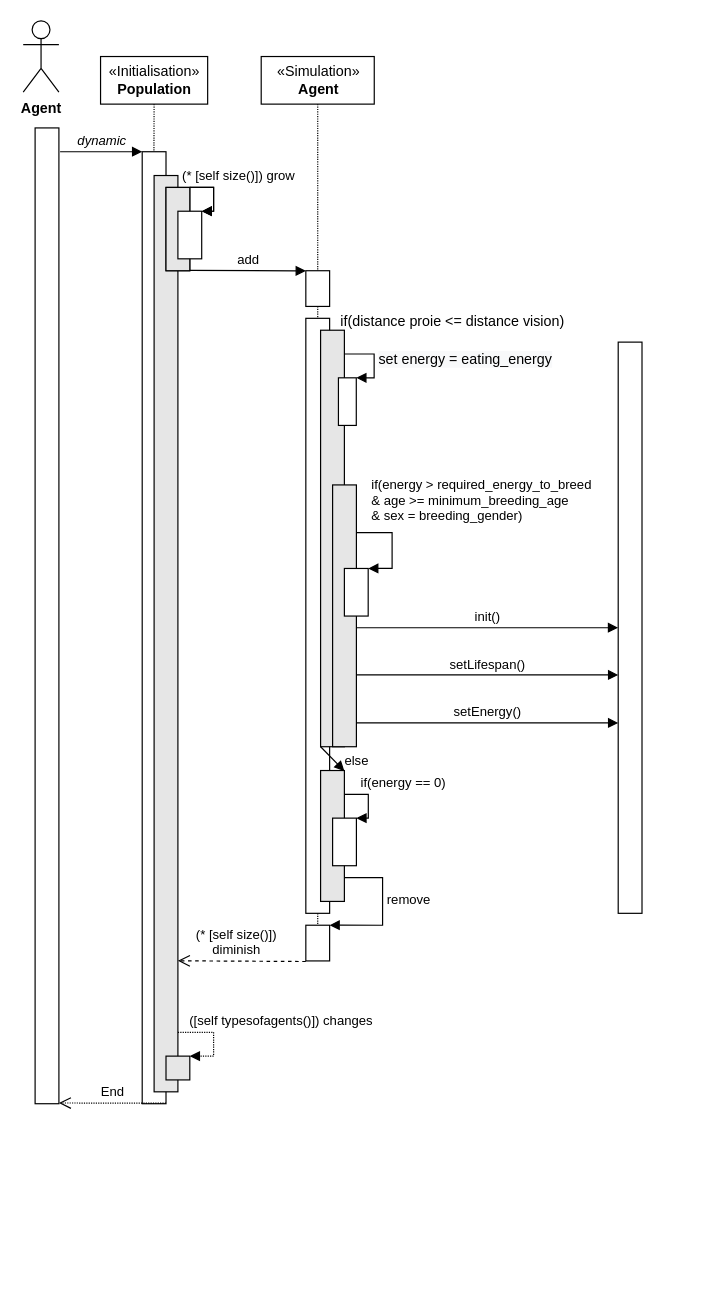
Above: page "Diagramme de séquence" (3 of 3) of class_diagram.drawio in pierre-manchon/MAS_Vultures_population_modelisation (draw.io), before the change. Source tidied: cells renumbered, new cells numbered last; positions are measured from the earlier drawing's top-left corner, leaving out a move shared by most shapes. Both pictures are drawn from the tidied source at 119%, with x=0, y=0 at pixel (23, 20).
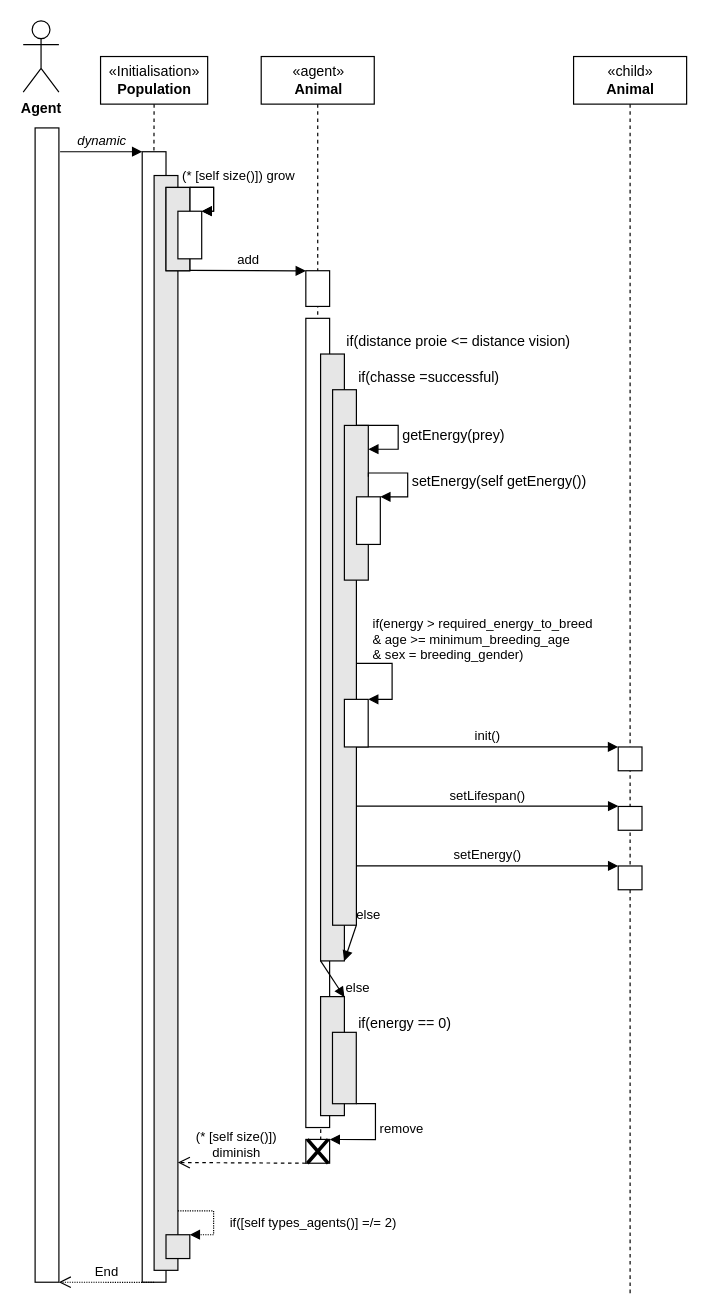
After the change.

Unchanged cells that the change refers to:
```xml
<mxCell id="6" value="«Initialisation»&lt;br&gt;&lt;b&gt;Population&lt;/b&gt;" style="html=1;" parent="1" vertex="1">
  <mxGeometry x="65" y="30" width="90" height="40" as="geometry" />
</mxCell>
```

Change to the diagram source:
```diff
@@
     <mxCell id="2" style="html=1;points=[];perimeter=orthogonalPerimeter;" parent="1" vertex="1">
-      <mxGeometry x="10" y="90" width="20" height="820" as="geometry" />
+      <mxGeometry x="10" y="90" width="20" height="970" as="geometry" />
     </mxCell>
@@
     <mxCell id="4" style="html=1;points=[];perimeter=orthogonalPerimeter;" parent="1" vertex="1">
-      <mxGeometry x="100" y="110" width="20" height="800" as="geometry" />
+      <mxGeometry x="100" y="110" width="20" height="950" as="geometry" />
     </mxCell>
-    <mxCell id="5" style="edgeStyle=orthogonalEdgeStyle;rounded=0;jettySize=auto;html=1;exitX=0.5;exitY=1;exitDx=0;exitDy=0;entryX=0.493;entryY=-0.001;entryDx=0;entryDy=0;entryPerimeter=0;endArrow=none;endFill=0;dashed=1;dashPattern=1 1;" parent="1" edge="1" source="6" target="4">
+    <mxCell id="5" style="edgeStyle=orthogonalEdgeStyle;rounded=0;jettySize=auto;html=1;exitX=0.5;exitY=1;exitDx=0;exitDy=0;entryX=0.493;entryY=-0.001;entryDx=0;entryDy=0;entryPerimeter=0;endArrow=none;endFill=0;dashed=1;" parent="1" edge="1" source="6" target="4">
       <mxGeometry relative="1" as="geometry" />
     </mxCell>
@@
     <mxCell id="8" style="html=1;perimeter=orthogonalPerimeter;fillColor=#E6E6E6;" parent="1" vertex="1">
-      <mxGeometry x="110" y="130" width="20" height="770" as="geometry" />
+      <mxGeometry x="110" y="130" width="20" height="920" as="geometry" />
     </mxCell>
-    <mxCell id="9" style="edgeStyle=orthogonalEdgeStyle;rounded=0;jettySize=auto;html=1;exitX=0.5;exitY=1;exitDx=0;exitDy=0;endArrow=none;endFill=0;dashed=1;dashPattern=1 1;entryX=0.5;entryY=0;entryDx=0;entryDy=0;entryPerimeter=0;" parent="1" edge="1" source="10" target="16">
-      <mxGeometry relative="1" as="geometry" />
+    <mxCell id="9" style="edgeStyle=orthogonalEdgeStyle;rounded=0;jettySize=auto;html=1;exitX=0.5;exitY=1;exitDx=0;exitDy=0;endArrow=none;endFill=0;dashed=1;entryX=0.5;entryY=0;entryDx=0;entryDy=0;entryPerimeter=0;" parent="1" edge="1" source="10" target="16">
+      <mxGeometry relative="1" as="geometry">
+        <Array as="points">
+          <mxPoint x="248" y="505" />
+          <mxPoint x="250" y="505" />
+          <mxPoint x="250" y="940" />
+        </Array>
+      </mxGeometry>
     </mxCell>
-    <mxCell id="10" value="«Simulation»&lt;br&gt;&lt;b&gt;Agent&lt;/b&gt;" style="html=1;" parent="1" vertex="1">
+    <mxCell id="10" value="«agent»&lt;br&gt;&lt;b&gt;Animal&lt;/b&gt;" style="html=1;" parent="1" vertex="1">
       <mxGeometry x="200" y="30" width="95" height="40" as="geometry" />
     </mxCell>
     <mxCell id="11" style="html=1;points=[];perimeter=orthogonalPerimeter;fillColor=#E6E6E6;" parent="1" vertex="1">
-      <mxGeometry x="120" y="870" width="20" height="20" as="geometry" />
+      <mxGeometry x="120" y="1020.1" width="20" height="20" as="geometry" />
     </mxCell>
-    <mxCell id="12" value="([self typesofagents()]) changes" style="edgeStyle=orthogonalEdgeStyle;html=1;align=left;spacingLeft=2;endArrow=block;rounded=0;entryX=1;entryY=0;dashed=1;dashPattern=1 1;" parent="1" edge="1" target="11">
-      <mxGeometry x="-0.82" y="10" relative="1" as="geometry">
-        <mxPoint x="130" y="850" as="sourcePoint" />
+    <mxCell id="12" value="if([self types_agents()] =/= 2)" style="edgeStyle=orthogonalEdgeStyle;html=1;align=left;spacingLeft=2;endArrow=block;rounded=0;entryX=1;entryY=0;dashed=1;dashPattern=1 1;labelBackgroundColor=none;" parent="1" edge="1" target="11">
+      <mxGeometry x="0.14" y="10" relative="1" as="geometry">
+        <mxPoint x="130" y="1000.1" as="sourcePoint" />
         <Array as="points">
-          <mxPoint x="160" y="850" />
-          <mxPoint x="160" y="870" />
+          <mxPoint x="160" y="1000.1" />
+          <mxPoint x="160" y="1020.1" />
         </Array>
       </mxGeometry>
     </mxCell>
@@
-    <mxCell id="14" value="End" style="html=1;verticalAlign=bottom;endArrow=open;dashed=1;endSize=8;dashPattern=1 1;entryX=1;entryY=0.999;entryDx=0;entryDy=0;entryPerimeter=0;" parent="1" edge="1">
+    <mxCell id="14" value="End" style="html=1;verticalAlign=bottom;endArrow=open;dashed=1;endSize=8;dashPattern=1 1;entryX=0.997;entryY=1;entryDx=0;entryDy=0;entryPerimeter=0;" parent="1" edge="1" target="2">
       <mxGeometry relative="1" as="geometry">
-        <mxPoint x="120" y="909.5" as="sourcePoint" />
-        <mxPoint x="30" y="909.4" as="targetPoint" />
+        <mxPoint x="110" y="1060.1" as="sourcePoint" />
       </mxGeometry>
     </mxCell>
     <mxCell id="15" style="html=1;perimeter=orthogonalPerimeter;fillColor=#FFFFFF;" parent="1" vertex="1">
-      <mxGeometry x="237.5" y="250" width="20" height="500" as="geometry" />
+      <mxGeometry x="237.5" y="250" width="20" height="680" as="geometry" />
     </mxCell>
     <mxCell id="16" style="html=1;points=[];perimeter=orthogonalPerimeter;fillColor=#FFFFFF;" parent="1" vertex="1">
-      <mxGeometry x="237.5" y="760" width="20" height="30" as="geometry" />
+      <mxGeometry x="237.5" y="940" width="20" height="20" as="geometry" />
     </mxCell>
@@
-    <mxCell id="23" value="if(energy == 0)" style="edgeStyle=orthogonalEdgeStyle;html=1;align=left;spacingLeft=2;endArrow=block;rounded=0;entryX=1;entryY=0;" parent="1" edge="1">
-      <mxGeometry x="-0.6" y="10" relative="1" as="geometry">
-        <mxPoint x="270" y="650" as="sourcePoint" />
-        <mxPoint x="280" y="670" as="targetPoint" />
-        <Array as="points">
-          <mxPoint x="290" y="650" />
-        </Array>
-      </mxGeometry>
-    </mxCell>
-    <mxCell id="24" value="&lt;span style=&quot;text-align: left&quot;&gt;(* [self size()])&lt;br&gt;diminish&lt;/span&gt;" style="html=1;verticalAlign=bottom;endArrow=open;dashed=1;endSize=8;entryX=1.002;entryY=0.759;entryDx=0;entryDy=0;entryPerimeter=0;" parent="1" edge="1">
+    <mxCell id="24" value="&lt;span style=&quot;text-align: left&quot;&gt;(* [self size()])&lt;br&gt;diminish&lt;/span&gt;" style="html=1;verticalAlign=bottom;endArrow=open;dashed=1;endSize=8;entryX=1.002;entryY=0.759;entryDx=0;entryDy=0;entryPerimeter=0;labelBackgroundColor=none;" parent="1" edge="1">
       <mxGeometry x="0.09" relative="1" as="geometry">
-        <mxPoint x="237.5" y="790.5" as="sourcePoint" />
-        <mxPoint x="130" y="789.9" as="targetPoint" />
+        <mxPoint x="237.5" y="960" as="sourcePoint" />
+        <mxPoint x="130" y="959.4" as="targetPoint" />
       </mxGeometry>
     </mxCell>
-    <mxCell id="25" value="remove" style="edgeStyle=orthogonalEdgeStyle;html=1;align=left;spacingLeft=2;endArrow=block;rounded=0;entryX=0.997;entryY=-0.001;entryDx=0;entryDy=0;entryPerimeter=0;exitX=1;exitY=1;exitDx=0;exitDy=0;exitPerimeter=0;" parent="1" edge="1" target="16">
-      <mxGeometry x="-0.13" relative="1" as="geometry">
-        <mxPoint x="270" y="720" as="sourcePoint" />
+    <mxCell id="25" value="remove" style="edgeStyle=orthogonalEdgeStyle;html=1;align=left;spacingLeft=2;endArrow=block;rounded=0;exitX=0.997;exitY=0.998;exitDx=0;exitDy=0;exitPerimeter=0;entryX=1.005;entryY=0.003;entryDx=0;entryDy=0;entryPerimeter=0;labelBackgroundColor=none;" parent="1" edge="1" source="34" target="16">
+      <mxGeometry x="-0.12" relative="1" as="geometry">
         <Array as="points">
-          <mxPoint x="302" y="720" />
-          <mxPoint x="302" y="760" />
+          <mxPoint x="296" y="910" />
+          <mxPoint x="296" y="940" />
         </Array>
       </mxGeometry>
     </mxCell>
-    <mxCell id="26" value="if(energy &amp;gt; required_energy_to_breed&lt;br&gt;&amp;amp; age &amp;gt;= minimum_breeding_age&lt;br&gt;&amp;amp; sex = breeding_gender)" style="edgeStyle=orthogonalEdgeStyle;html=1;align=left;spacingLeft=2;endArrow=block;rounded=0;entryX=1;entryY=0;exitX=1.001;exitY=0.182;exitDx=0;exitDy=0;exitPerimeter=0;" parent="1" edge="1" source="35">
-      <mxGeometry x="-0.78" y="27" relative="1" as="geometry">
-        <mxPoint x="289.9" y="460.2" as="targetPoint" />
+    <mxCell id="26" value="if(energy &amp;gt; required_energy_to_breed&lt;br&gt;&amp;amp; age &amp;gt;= minimum_breeding_age&lt;br&gt;&amp;amp; sex = breeding_gender)" style="edgeStyle=orthogonalEdgeStyle;html=1;align=left;spacingLeft=2;endArrow=block;rounded=0;entryX=1;entryY=0;exitX=1.001;exitY=0.182;exitDx=0;exitDy=0;exitPerimeter=0;labelBackgroundColor=none;" parent="1" edge="1">
+      <mxGeometry x="-0.27" y="20" relative="1" as="geometry">
+        <mxPoint x="279.9" y="571" as="sourcePoint" />
+        <mxPoint x="289.9" y="570.2" as="targetPoint" />
         <Array as="points">
-          <mxPoint x="310" y="430" />
-          <mxPoint x="310" y="460" />
+          <mxPoint x="310" y="540" />
+          <mxPoint x="310" y="570" />
         </Array>
       </mxGeometry>
     </mxCell>
     <mxCell id="27" style="html=1;points=[];perimeter=orthogonalPerimeter;fillColor=#E6E6E6;" parent="1" vertex="1">
-      <mxGeometry x="249.9" y="260" width="20" height="350" as="geometry" />
+      <mxGeometry x="249.9" y="280" width="20" height="510" as="geometry" />
     </mxCell>
-    <mxCell id="28" value="init()" style="html=1;verticalAlign=bottom;endArrow=block;" parent="1" edge="1">
+    <mxCell id="28" value="init()" style="html=1;verticalAlign=bottom;endArrow=block;labelBackgroundColor=none;" parent="1" edge="1">
       <mxGeometry relative="1" as="geometry">
-        <mxPoint x="279.9" y="510" as="sourcePoint" />
-        <mxPoint x="499.9" y="510" as="targetPoint" />
+        <mxPoint x="279.9" y="610.2" as="sourcePoint" />
+        <mxPoint x="499.9" y="610.2" as="targetPoint" />
       </mxGeometry>
     </mxCell>
-    <mxCell id="29" style="html=1;perimeter=orthogonalPerimeter;fillColor=#FFFFFF;" parent="1" vertex="1">
-      <mxGeometry x="500" y="270" width="20" height="480" as="geometry" />
-    </mxCell>
-    <mxCell id="30" value="setLifespan()" style="html=1;verticalAlign=bottom;endArrow=block;" parent="1" edge="1">
+    <mxCell id="30" value="setLifespan()" style="html=1;verticalAlign=bottom;endArrow=block;labelBackgroundColor=none;" parent="1" edge="1">
       <mxGeometry relative="1" as="geometry">
-        <mxPoint x="280" y="549.7" as="sourcePoint" />
-        <mxPoint x="500" y="549.7" as="targetPoint" />
+        <mxPoint x="280" y="659.9" as="sourcePoint" />
+        <mxPoint x="500" y="659.9" as="targetPoint" />
       </mxGeometry>
     </mxCell>
-    <mxCell id="31" value="setEnergy()" style="html=1;verticalAlign=bottom;endArrow=block;" parent="1" edge="1">
+    <mxCell id="31" value="setEnergy()" style="html=1;verticalAlign=bottom;endArrow=block;labelBackgroundColor=none;" parent="1" edge="1">
       <mxGeometry relative="1" as="geometry">
-        <mxPoint x="280" y="590" as="sourcePoint" />
-        <mxPoint x="500" y="590" as="targetPoint" />
+        <mxPoint x="280" y="710.2" as="sourcePoint" />
+        <mxPoint x="500" y="710.2" as="targetPoint" />
       </mxGeometry>
     </mxCell>
     <mxCell id="32" style="html=1;points=[];perimeter=orthogonalPerimeter;fillColor=#E6E6E6;" parent="1" vertex="1">
-      <mxGeometry x="249.9" y="630" width="20" height="110" as="geometry" />
+      <mxGeometry x="249.9" y="820" width="20" height="100" as="geometry" />
     </mxCell>
-    <mxCell id="33" value="else" style="html=1;verticalAlign=bottom;endArrow=block;exitX=0.002;exitY=1;exitDx=0;exitDy=0;exitPerimeter=0;entryX=1;entryY=0.004;entryDx=0;entryDy=0;entryPerimeter=0;" parent="1" edge="1" source="27" target="32">
+    <mxCell id="33" value="else" style="html=1;verticalAlign=bottom;endArrow=block;exitX=0.002;exitY=1;exitDx=0;exitDy=0;exitPerimeter=0;entryX=1;entryY=0.004;entryDx=0;entryDy=0;entryPerimeter=0;labelBackgroundColor=none;" parent="1" edge="1" target="32">
       <mxGeometry x="1" y="10" relative="1" as="geometry">
+        <mxPoint x="249.9" y="790" as="sourcePoint" />
         <mxPoint x="3" y="7" as="offset" />
       </mxGeometry>
     </mxCell>
-    <mxCell id="34" style="html=1;points=[];perimeter=orthogonalPerimeter;fillColor=#FFFFFF;" parent="1" vertex="1">
-      <mxGeometry x="260" y="670" width="20" height="40" as="geometry" />
+    <mxCell id="34" style="html=1;points=[];perimeter=orthogonalPerimeter;fillColor=#E6E6E6;" parent="1" vertex="1">
+      <mxGeometry x="259.9" y="850" width="20" height="60" as="geometry" />
     </mxCell>
     <mxCell id="35" style="html=1;points=[];perimeter=orthogonalPerimeter;fillColor=#E6E6E6;" parent="1" vertex="1">
-      <mxGeometry x="260" y="390" width="20" height="220" as="geometry" />
+      <mxGeometry x="260" y="310" width="20" height="450" as="geometry" />
     </mxCell>
     <mxCell id="36" style="html=1;perimeter=orthogonalPerimeter;fillColor=#FFFFFF;" parent="1" vertex="1">
-      <mxGeometry x="269.9" y="460.2" width="20" height="40" as="geometry" />
+      <mxGeometry x="269.9" y="570.2" width="20" height="40" as="geometry" />
     </mxCell>
     <mxCell id="37" value="if(distance proie &amp;lt;= distance vision)" style="text;html=1;strokeColor=none;fillColor=none;align=left;verticalAlign=middle;whiteSpace=wrap;rounded=0;" parent="1" vertex="1">
-      <mxGeometry x="265" y="240" width="200" height="25" as="geometry" />
+      <mxGeometry x="269.9" y="260" width="200" height="20" as="geometry" />
     </mxCell>
+    <mxCell id="39" value="&lt;span style=&quot;font-size: 12px&quot;&gt;getEnergy(prey)&lt;/span&gt;" style="edgeStyle=orthogonalEdgeStyle;html=1;align=left;spacingLeft=2;endArrow=block;rounded=0;labelBackgroundColor=none;exitX=0.995;exitY=0.064;exitDx=0;exitDy=0;exitPerimeter=0;" parent="1" edge="1" target="38">
+      <mxGeometry x="0.09" relative="1" as="geometry">
+        <mxPoint x="280.1" y="340" as="sourcePoint" />
+        <Array as="points">
+          <mxPoint x="315.1" y="340" />
+          <mxPoint x="315.1" y="360" />
+        </Array>
+      </mxGeometry>
+    </mxCell>
+    <mxCell id="40" style="edgeStyle=orthogonalEdgeStyle;rounded=0;jettySize=auto;html=1;exitX=0.5;exitY=1;exitDx=0;exitDy=0;endArrow=none;endFill=0;dashed=1;" parent="1" edge="1" source="42">
+      <mxGeometry relative="1" as="geometry">
+        <mxPoint x="510" y="1070" as="targetPoint" />
+      </mxGeometry>
+    </mxCell>
+    <mxCell id="41" value="«child»&lt;br&gt;&lt;b&gt;Animal&lt;/b&gt;" style="html=1;" parent="1" vertex="1">
+      <mxGeometry x="462.5" y="30" width="95" height="40" as="geometry" />
+    </mxCell>
+    <mxCell id="42" style="html=1;points=[];perimeter=orthogonalPerimeter;fillColor=#FFFFFF;" parent="1" vertex="1">
+      <mxGeometry x="500" y="710.2" width="20" height="20" as="geometry" />
+    </mxCell>
+    <mxCell id="43" style="edgeStyle=orthogonalEdgeStyle;rounded=0;jettySize=auto;html=1;exitX=0.5;exitY=1;exitDx=0;exitDy=0;endArrow=none;endFill=0;dashed=1;entryX=0.5;entryY=0;entryDx=0;entryDy=0;entryPerimeter=0;" parent="1" edge="1" source="41" target="42">
+      <mxGeometry relative="1" as="geometry" />
+    </mxCell>
+    <mxCell id="29" style="html=1;perimeter=orthogonalPerimeter;fillColor=#FFFFFF;" parent="1" vertex="1">
+      <mxGeometry x="500" y="610.2" width="20" height="20" as="geometry" />
+    </mxCell>
+    <mxCell id="44" style="html=1;perimeter=orthogonalPerimeter;fillColor=#FFFFFF;" parent="1" vertex="1">
+      <mxGeometry x="500" y="660.2" width="20" height="20" as="geometry" />
+    </mxCell>
-    <mxCell id="38" style="html=1;points=[];perimeter=orthogonalPerimeter;align=left;" parent="1" vertex="1">
-      <mxGeometry x="264.9" y="300" width="15" height="40" as="geometry" />
+    <mxCell id="38" style="html=1;points=[];perimeter=orthogonalPerimeter;align=left;fillColor=#E6E6E6;" parent="1" vertex="1">
+      <mxGeometry x="269.9" y="340" width="20.1" height="130" as="geometry" />
     </mxCell>
-    <mxCell id="39" value="&lt;span style=&quot;font-size: 12px ; background-color: rgb(248 , 249 , 250)&quot;&gt;set energy = eating_energy&lt;/span&gt;" style="edgeStyle=orthogonalEdgeStyle;html=1;align=left;spacingLeft=2;endArrow=block;rounded=0;entryX=1;entryY=0;" parent="1" edge="1" target="38">
-      <mxGeometry relative="1" as="geometry">
-        <mxPoint x="269.9" y="280" as="sourcePoint" />
-        <Array as="points">
-          <mxPoint x="294.9" y="280" />
-        </Array>
-      </mxGeometry>
-    </mxCell>
+    <mxCell id="23" value="if(energy == 0)" style="text;html=1;strokeColor=none;fillColor=none;align=left;verticalAlign=middle;whiteSpace=wrap;rounded=0;" parent="1" vertex="1">
+      <mxGeometry x="279.9" y="835" width="90.1" height="15" as="geometry" />
+    </mxCell>
+    <mxCell id="45" value="else" style="html=1;verticalAlign=bottom;endArrow=block;exitX=0.997;exitY=1;exitDx=0;exitDy=0;exitPerimeter=0;entryX=0.997;entryY=1;entryDx=0;entryDy=0;entryPerimeter=0;labelBackgroundColor=none;" parent="1" edge="1" source="35" target="27">
+      <mxGeometry x="-1" y="10" relative="1" as="geometry">
+        <mxPoint x="1" y="-3" as="offset" />
+      </mxGeometry>
+    </mxCell>
+    <mxCell id="46" style="shape=umlDestroy;whiteSpace=wrap;html=1;strokeWidth=3;fillColor=#E6E6E6;" parent="1" vertex="1">
+      <mxGeometry x="238.8" y="940" width="17.5" height="20" as="geometry" />
+    </mxCell>
+    <mxCell id="47" value="if(chasse =successful)" style="text;html=1;strokeColor=none;fillColor=none;align=left;verticalAlign=middle;whiteSpace=wrap;rounded=0;" parent="1" vertex="1">
+      <mxGeometry x="279.9" y="290" width="200" height="20" as="geometry" />
+    </mxCell>
+    <mxCell id="48" value="&lt;span style=&quot;font-size: 12px&quot;&gt;setEnergy(self getEnergy())&lt;/span&gt;" style="edgeStyle=orthogonalEdgeStyle;html=1;align=left;spacingLeft=2;endArrow=block;rounded=0;entryX=1;entryY=0;labelBackgroundColor=none;exitX=1.004;exitY=0.277;exitDx=0;exitDy=0;exitPerimeter=0;" parent="1" edge="1" target="49">
+      <mxGeometry x="0.09" relative="1" as="geometry">
+        <mxPoint x="290.1" y="383.2" as="sourcePoint" />
+        <Array as="points">
+          <mxPoint x="323.1" y="380" />
+          <mxPoint x="323.1" y="400" />
+        </Array>
+      </mxGeometry>
+    </mxCell>
+    <mxCell id="49" style="html=1;points=[];perimeter=orthogonalPerimeter;align=left;" parent="1" vertex="1">
+      <mxGeometry x="280.1" y="400" width="20" height="40" as="geometry" />
+    </mxCell>
```
